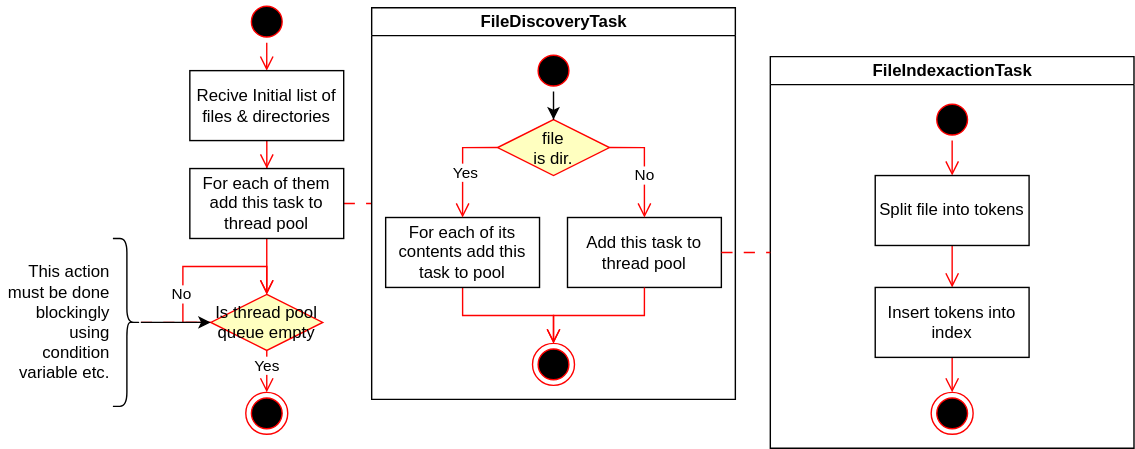
Above: model/IndexCreation.svg in TehpphoENIX/KPI7_PC_CW (draw.io), before the change. Source tidied: cells renumbered, new cells last; positions are measured from the earlier drawing's top-left corner, leaving out a move shared by most shapes.
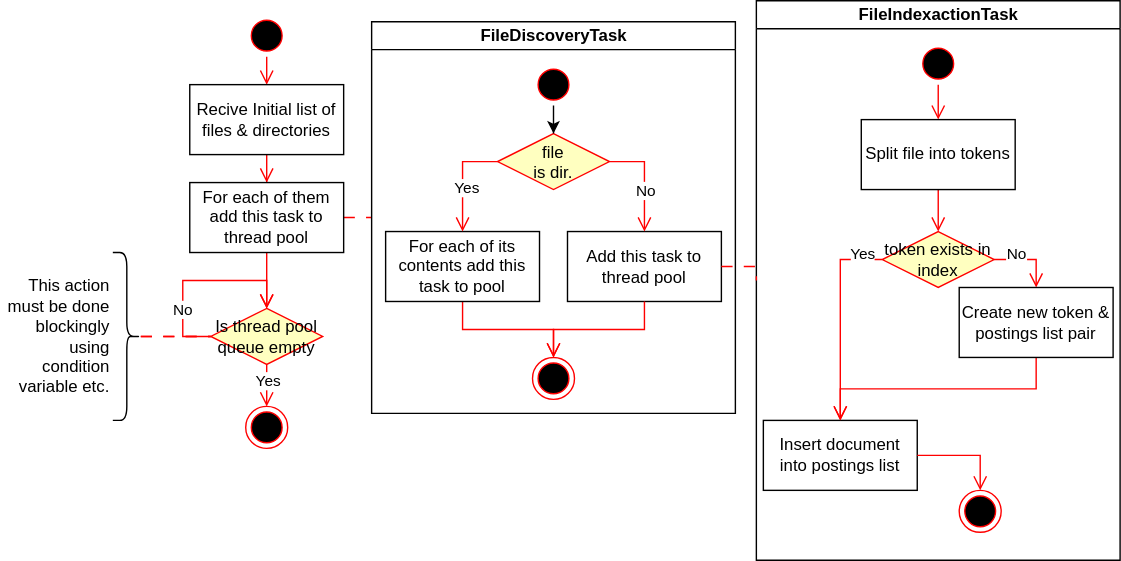
The same diagram one commit later.

Commit message:
Extended token addition

Change to the diagram source:
```diff
@@ -67,12 +67,12 @@
       <mxGeometry relative="1" as="geometry" />
     </mxCell>
     <mxCell id="22" value="FileIndexactionTask" style="swimlane;startSize=20;html=1;" parent="1" vertex="1">
-      <mxGeometry x="550" y="40" width="260" height="280" as="geometry" />
+      <mxGeometry x="540" y="-10" width="260" height="400" as="geometry" />
     </mxCell>
     <mxCell id="23" style="edgeStyle=orthogonalEdgeStyle;rounded=0;jettySize=auto;html=1;exitX=0.5;exitY=1;exitDx=0;exitDy=0;entryX=0.5;entryY=0;entryDx=0;entryDy=0;endArrow=open;verticalAlign=bottom;strokeColor=#FF0000;endSize=8;endFill=1;" parent="22" edge="1" source="26" target="25">
       <mxGeometry relative="1" as="geometry" />
     </mxCell>
-    <mxCell id="24" style="edgeStyle=orthogonalEdgeStyle;rounded=0;jettySize=auto;html=1;exitX=0.5;exitY=1;exitDx=0;exitDy=0;entryX=0.5;entryY=0;entryDx=0;entryDy=0;endArrow=open;verticalAlign=bottom;strokeColor=#FF0000;endSize=8;endFill=1;" parent="22" edge="1" source="25" target="29">
+    <mxCell id="24" style="edgeStyle=orthogonalEdgeStyle;rounded=0;jettySize=auto;html=1;exitX=0.5;exitY=1;exitDx=0;exitDy=0;entryX=0.5;entryY=0;entryDx=0;entryDy=0;endArrow=open;verticalAlign=bottom;strokeColor=#FF0000;endSize=8;endFill=1;" parent="22" edge="1" source="25" target="45">
       <mxGeometry relative="1" as="geometry" />
     </mxCell>
     <mxCell id="25" value="Split file into tokens" style="whiteSpace=wrap;" parent="22" vertex="1">
@@ -81,15 +81,40 @@
     <mxCell id="26" style="ellipse;shape=startState;fillColor=#000000;strokeColor=#ff0000;" parent="22" vertex="1">
       <mxGeometry x="115" y="30" width="30" height="30" as="geometry" />
     </mxCell>
+    <mxCell id="41" style="edgeStyle=orthogonalEdgeStyle;rounded=0;jettySize=auto;html=1;exitX=0;exitY=0.5;exitDx=0;exitDy=0;entryX=0.5;entryY=0;entryDx=0;entryDy=0;endArrow=open;verticalAlign=bottom;strokeColor=#FF0000;endSize=8;endFill=1;" parent="22" edge="1" source="45" target="46">
+      <mxGeometry relative="1" as="geometry" />
+    </mxCell>
+    <mxCell id="42" value="Yes" style="edgeLabel;html=1;align=center;verticalAlign=middle;" parent="41" vertex="1">
+      <mxGeometry x="-0.49" y="1" relative="1" as="geometry">
+        <mxPoint x="14" y="-12" as="offset" />
+      </mxGeometry>
+    </mxCell>
+    <mxCell id="43" style="edgeStyle=orthogonalEdgeStyle;rounded=0;jettySize=auto;html=1;exitX=1;exitY=0.5;exitDx=0;exitDy=0;entryX=0.5;entryY=0;entryDx=0;entryDy=0;endArrow=open;verticalAlign=bottom;strokeColor=#FF0000;endSize=8;endFill=1;" parent="22" edge="1" source="45" target="48">
+      <mxGeometry relative="1" as="geometry" />
+    </mxCell>
+    <mxCell id="44" value="No" style="edgeLabel;html=1;align=center;verticalAlign=middle;" parent="43" vertex="1">
+      <mxGeometry x="-0.55" y="-2" relative="1" as="geometry">
+        <mxPoint x="4" y="-7" as="offset" />
+      </mxGeometry>
+    </mxCell>
+    <mxCell id="45" value="token exists in index" style="rhombus;fillColor=#ffffc0;strokeColor=#ff0000;whiteSpace=wrap;" parent="22" vertex="1">
+      <mxGeometry x="90" y="165" width="80" height="40" as="geometry" />
+    </mxCell>
+    <mxCell id="46" value="Insert document into postings list" style="whiteSpace=wrap;" parent="22" vertex="1">
+      <mxGeometry x="5" y="300" width="110" height="50" as="geometry" />
+    </mxCell>
+    <mxCell id="47" style="edgeStyle=orthogonalEdgeStyle;rounded=0;jettySize=auto;html=1;entryX=0.5;entryY=0;entryDx=0;entryDy=0;exitX=0.5;exitY=1;exitDx=0;exitDy=0;endArrow=open;verticalAlign=bottom;strokeColor=#FF0000;endSize=8;endFill=1;" parent="22" edge="1" source="48" target="46">
+      <mxGeometry relative="1" as="geometry" />
+    </mxCell>
+    <mxCell id="48" value="Create new token &amp; postings list pair" style="whiteSpace=wrap;" parent="22" vertex="1">
+      <mxGeometry x="145" y="205" width="110" height="50" as="geometry" />
+    </mxCell>
     <mxCell id="27" style="ellipse;shape=endState;fillColor=#000000;strokeColor=#ff0000;" parent="22" vertex="1">
-      <mxGeometry x="115" y="240" width="30" height="30" as="geometry" />
+      <mxGeometry x="145" y="350" width="30" height="30" as="geometry" />
     </mxCell>
-    <mxCell id="28" style="edgeStyle=orthogonalEdgeStyle;rounded=0;jettySize=auto;html=1;exitX=0.5;exitY=1;exitDx=0;exitDy=0;entryX=0.5;entryY=0;entryDx=0;entryDy=0;endArrow=open;verticalAlign=bottom;strokeColor=#FF0000;endSize=8;endFill=1;" parent="22" edge="1" source="29" target="27">
-      <mxGeometry relative="1" as="geometry" />
-    </mxCell>
-    <mxCell id="29" value="Insert tokens into index" style="whiteSpace=wrap;" parent="22" vertex="1">
-      <mxGeometry x="75" y="165" width="110" height="50" as="geometry" />
-    </mxCell>
+    <mxCell id="49" style="edgeStyle=orthogonalEdgeStyle;rounded=0;jettySize=auto;html=1;entryX=0.5;entryY=0;entryDx=0;entryDy=0;endArrow=open;verticalAlign=bottom;strokeColor=#FF0000;endSize=8;endFill=1;" parent="22" edge="1" source="46" target="27">
+      <mxGeometry relative="1" as="geometry" />
+    </mxCell>
     <mxCell id="30" style="edgeStyle=orthogonalEdgeStyle;rounded=0;jettySize=auto;html=1;exitX=1;exitY=0.5;exitDx=0;exitDy=0;entryX=0;entryY=0.5;entryDx=0;entryDy=0;endArrow=none;strokeColor=#FF0000;endFill=0;dashed=1;fillColor=#f8cecc;strokeWidth=1;verticalAlign=bottom;endSize=8;dashPattern=8 8;" parent="1" edge="1" source="18" target="22">
       <mxGeometry relative="1" as="geometry" />
     </mxCell>
@@ -122,7 +147,7 @@
     <mxCell id="37" style="edgeStyle=orthogonalEdgeStyle;rounded=0;jettySize=auto;html=1;entryX=0;entryY=0.5;entryDx=0;entryDy=0;endArrow=none;verticalAlign=bottom;strokeColor=#FF0000;endSize=8;endFill=0;dashed=1;fillColor=#f8cecc;strokeWidth=1;dashPattern=8 8;" parent="1" edge="1" source="39" target="34">
       <mxGeometry relative="1" as="geometry" />
     </mxCell>
-    <mxCell id="38" style="edgeStyle=orthogonalEdgeStyle;rounded=0;jettySize=auto;html=1;" parent="1" edge="1" source="39" target="34">
+    <mxCell id="38" style="edgeStyle=orthogonalEdgeStyle;rounded=0;jettySize=auto;html=1;endArrow=none;verticalAlign=bottom;strokeColor=#FF0000;endFill=0;dashed=1;fillColor=#f8cecc;strokeWidth=1;endSize=8;dashPattern=8 8;" parent="1" edge="1" source="39" target="34">
       <mxGeometry relative="1" as="geometry" />
     </mxCell>
     <mxCell id="39" style="shape=curlyBracket;whiteSpace=wrap;html=1;rounded=1;flipH=1;labelPosition=right;verticalLabelPosition=middle;align=left;verticalAlign=middle;size=0.5;" parent="1" vertex="1">
```
